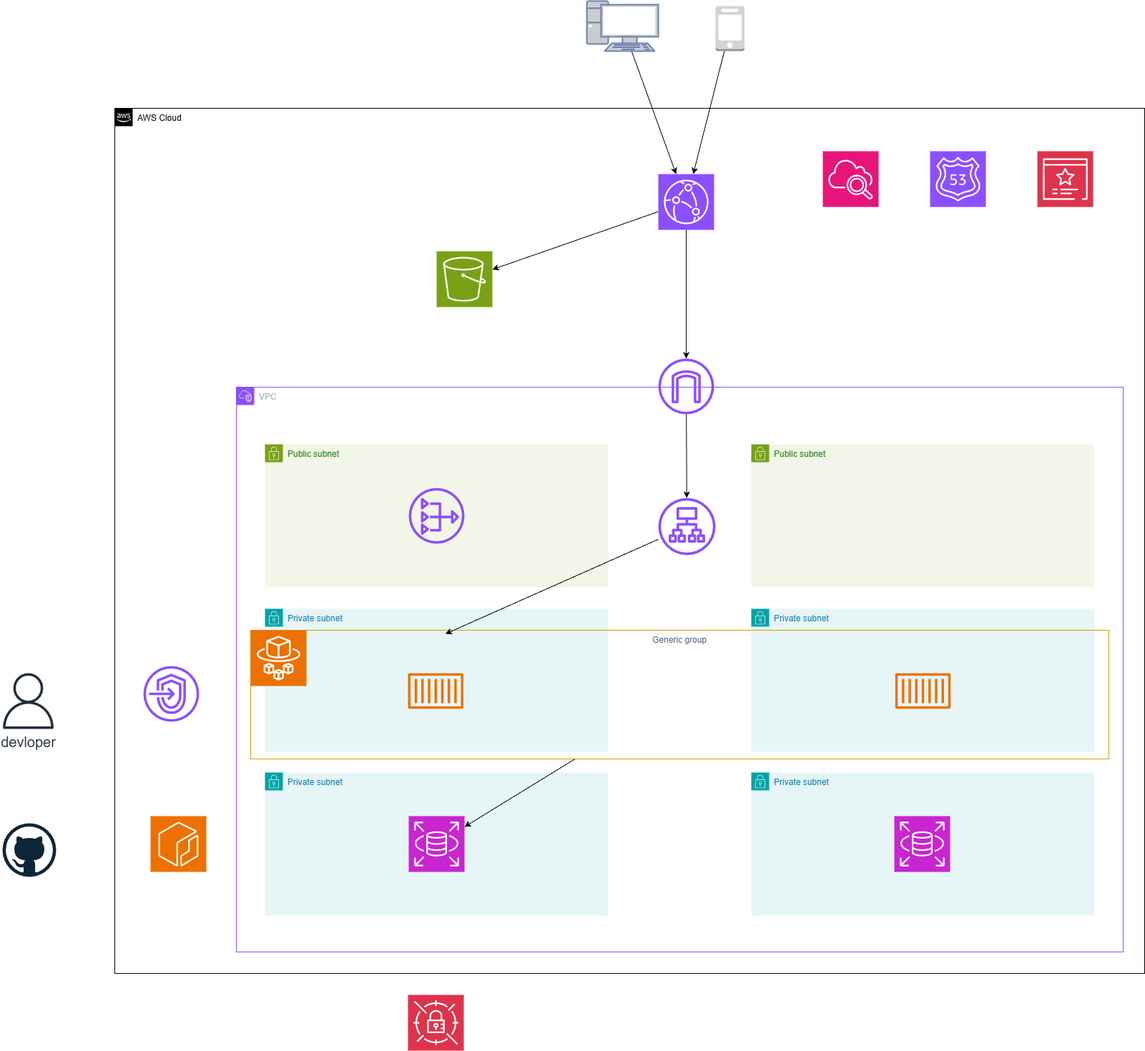
Earlier version of the draw.io export 構成図.png (harupiyo222/ecs-terraform). Source tidied: cells renumbered, new cells last; positions are measured from the earlier drawing's top-left corner, leaving out a move shared by most shapes.
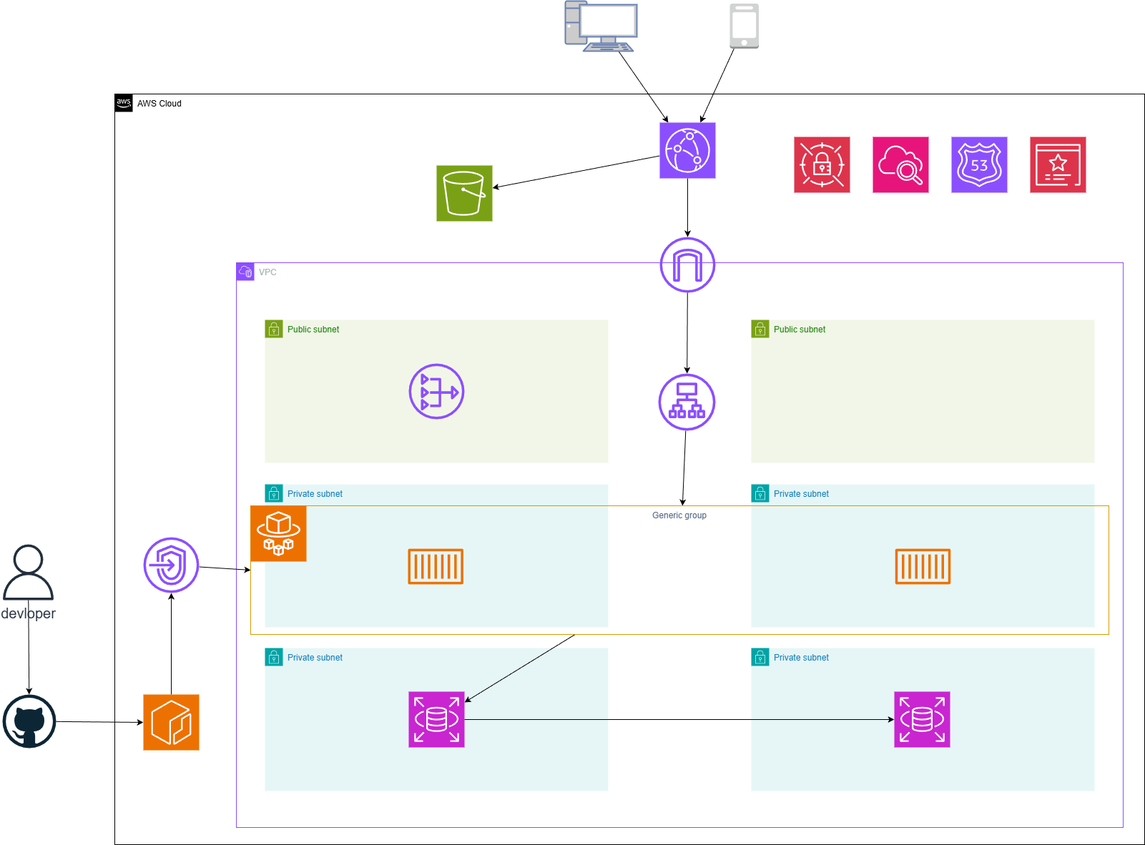
The same diagram one commit later.

Change to the diagram source:
```diff
@@ -1,12 +1,12 @@
-<mxGraphModel>
+<mxGraphModel background="#ffffff">
   <root>
     <mxCell id="0" />
     <mxCell id="1" parent="0" />
     <mxCell id="2" value="AWS Cloud" style="html=1;whiteSpace=wrap;fontSize=12;fontStyle=0;shape=mxgraph.aws4.group;grIcon=mxgraph.aws4.group_aws_cloud_alt;verticalAlign=top;align=left;spacingLeft=30;dashed=0;" parent="1" vertex="1">
-      <mxGeometry x="160" y="150" width="1440" height="1210" as="geometry" />
+      <mxGeometry x="160" y="310" width="1440" height="1050" as="geometry" />
     </mxCell>
     <mxCell id="3" value="VPC" style="gradientColor=none;html=1;whiteSpace=wrap;fontSize=12;fontStyle=0;shape=mxgraph.aws4.group;grIcon=mxgraph.aws4.group_vpc2;strokeColor=#8C4FFF;fillColor=none;verticalAlign=top;align=left;spacingLeft=30;fontColor=#AAB7B8;dashed=0;" parent="2" vertex="1">
-      <mxGeometry x="170" y="390" width="1240" height="790" as="geometry" />
+      <mxGeometry x="170" y="236" width="1240" height="790" as="geometry" />
     </mxCell>
     <mxCell id="4" value="Public subnet" style="gradientColor=none;html=1;whiteSpace=wrap;fontSize=12;fontStyle=0;shape=mxgraph.aws4.group;grIcon=mxgraph.aws4.group_security_group;grStroke=0;strokeColor=#7AA116;fillColor=#F2F6E8;verticalAlign=top;align=left;spacingLeft=30;fontColor=#248814;dashed=0;" parent="3" vertex="1">
       <mxGeometry x="40" y="80" width="480" height="200" as="geometry" />
@@ -35,6 +35,9 @@
     <mxCell id="12" style="sketch=0;points=[[0,0,0],[0.25,0,0],[0.5,0,0],[0.75,0,0],[1,0,0],[0,1,0],[0.25,1,0],[0.5,1,0],[0.75,1,0],[1,1,0],[0,0.25,0],[0,0.5,0],[0,0.75,0],[1,0.25,0],[1,0.5,0],[1,0.75,0]];outlineConnect=0;fontColor=#232F3E;fillColor=#C925D1;strokeColor=#ffffff;dashed=0;verticalLabelPosition=bottom;verticalAlign=top;align=center;html=1;fontSize=12;fontStyle=0;shape=mxgraph.aws4.resourceIcon;resIcon=mxgraph.aws4.rds;" parent="11" vertex="1">
       <mxGeometry x="200" y="61" width="78" height="78" as="geometry" />
     </mxCell>
+    <mxCell id="19" style="edgeStyle=none;html=1;" parent="3" edge="1" source="13" target="15">
+      <mxGeometry relative="1" as="geometry" />
+    </mxCell>
     <mxCell id="13" style="sketch=0;outlineConnect=0;fontColor=#232F3E;gradientColor=none;fillColor=#8C4FFF;strokeColor=none;dashed=0;verticalLabelPosition=bottom;verticalAlign=top;align=center;html=1;fontSize=12;fontStyle=0;shape=mxgraph.aws4.application_load_balancer;" parent="3" vertex="1">
       <mxGeometry x="590" y="155" width="80" height="80" as="geometry" />
     </mxCell>
@@ -53,9 +56,15 @@
     <mxCell id="18" style="sketch=0;fontColor=#232F3E;gradientColor=none;fillColor=#ED7100;strokeColor=none;dashed=0;verticalLabelPosition=bottom;verticalAlign=top;align=center;html=1;fontSize=12;fontStyle=0;shape=mxgraph.aws4.container_1;" parent="3" vertex="1">
       <mxGeometry x="921.3" y="400" width="77.4" height="50" as="geometry" />
     </mxCell>
-    <mxCell id="19" style="edgeStyle=none;html=1;entryX=0.227;entryY=0.028;entryDx=0;entryDy=0;entryPerimeter=0;" parent="3" edge="1" source="13" target="15">
-      <mxGeometry relative="1" as="geometry" />
-    </mxCell>
+    <mxCell id="27" style="sketch=0;outlineConnect=0;fontColor=#232F3E;gradientColor=none;fillColor=#8C4FFF;strokeColor=none;dashed=0;verticalLabelPosition=bottom;verticalAlign=top;align=center;html=1;fontSize=12;fontStyle=0;shape=mxgraph.aws4.internet_gateway;" parent="3" vertex="1">
+      <mxGeometry x="592" y="-36" width="78" height="78" as="geometry" />
+    </mxCell>
+    <mxCell id="26" style="edgeStyle=none;html=1;" parent="3" edge="1" source="27" target="13">
+      <mxGeometry relative="1" as="geometry" />
+    </mxCell>
+    <mxCell id="38" style="edgeStyle=none;html=1;" parent="3" edge="1" source="10" target="12">
+      <mxGeometry relative="1" as="geometry" />
+    </mxCell>
     <mxCell id="20" style="edgeStyle=none;html=1;" parent="2" edge="1" source="22" target="27">
       <mxGeometry relative="1" as="geometry" />
     </mxCell>
@@ -63,52 +72,58 @@
       <mxGeometry relative="1" as="geometry" />
     </mxCell>
     <mxCell id="22" style="sketch=0;points=[[0,0,0],[0.25,0,0],[0.5,0,0],[0.75,0,0],[1,0,0],[0,1,0],[0.25,1,0],[0.5,1,0],[0.75,1,0],[1,1,0],[0,0.25,0],[0,0.5,0],[0,0.75,0],[1,0.25,0],[1,0.5,0],[1,0.75,0]];outlineConnect=0;fontColor=#232F3E;fillColor=#8C4FFF;strokeColor=#ffffff;dashed=0;verticalLabelPosition=bottom;verticalAlign=top;align=center;html=1;fontSize=12;fontStyle=0;shape=mxgraph.aws4.resourceIcon;resIcon=mxgraph.aws4.cloudfront;" parent="2" vertex="1">
-      <mxGeometry x="760" y="92" width="78" height="78" as="geometry" />
+      <mxGeometry x="762" y="40" width="78" height="78" as="geometry" />
     </mxCell>
     <mxCell id="23" style="sketch=0;points=[[0,0,0],[0.25,0,0],[0.5,0,0],[0.75,0,0],[1,0,0],[0,1,0],[0.25,1,0],[0.5,1,0],[0.75,1,0],[1,1,0],[0,0.25,0],[0,0.5,0],[0,0.75,0],[1,0.25,0],[1,0.5,0],[1,0.75,0]];outlineConnect=0;fontColor=#232F3E;fillColor=#7AA116;strokeColor=#ffffff;dashed=0;verticalLabelPosition=bottom;verticalAlign=top;align=center;html=1;fontSize=12;fontStyle=0;shape=mxgraph.aws4.resourceIcon;resIcon=mxgraph.aws4.s3;" parent="2" vertex="1">
-      <mxGeometry x="450" y="200" width="78" height="78" as="geometry" />
+      <mxGeometry x="450" y="100" width="78" height="78" as="geometry" />
     </mxCell>
     <mxCell id="24" style="sketch=0;fontColor=#232F3E;fillColor=#DD344C;strokeColor=#ffffff;dashed=0;verticalLabelPosition=bottom;verticalAlign=top;align=center;html=1;fontSize=12;fontStyle=0;shape=mxgraph.aws4.resourceIcon;resIcon=mxgraph.aws4.certificate_manager_3;" parent="2" vertex="1">
-      <mxGeometry x="1290" y="60" width="78" height="78" as="geometry" />
+      <mxGeometry x="1280" y="60" width="78" height="78" as="geometry" />
     </mxCell>
     <mxCell id="25" style="sketch=0;fontColor=#232F3E;fillColor=#8C4FFF;strokeColor=#ffffff;dashed=0;verticalLabelPosition=bottom;verticalAlign=top;align=center;html=1;fontSize=12;fontStyle=0;shape=mxgraph.aws4.resourceIcon;resIcon=mxgraph.aws4.route_53;" parent="2" vertex="1">
-      <mxGeometry x="1140" y="60" width="78" height="78" as="geometry" />
+      <mxGeometry x="1170" y="60" width="78" height="78" as="geometry" />
     </mxCell>
-    <mxCell id="26" style="edgeStyle=none;html=1;" parent="2" edge="1" source="27" target="13">
-      <mxGeometry relative="1" as="geometry" />
-    </mxCell>
-    <mxCell id="27" style="sketch=0;outlineConnect=0;fontColor=#232F3E;gradientColor=none;fillColor=#8C4FFF;strokeColor=none;dashed=0;verticalLabelPosition=bottom;verticalAlign=top;align=center;html=1;fontSize=12;fontStyle=0;shape=mxgraph.aws4.internet_gateway;" parent="2" vertex="1">
-      <mxGeometry x="760" y="350" width="78" height="78" as="geometry" />
-    </mxCell>
+    <mxCell id="39" style="edgeStyle=none;html=1;" parent="2" edge="1" source="28" target="29">
+      <mxGeometry relative="1" as="geometry" />
+    </mxCell>
     <mxCell id="28" style="sketch=0;points=[[0,0,0],[0.25,0,0],[0.5,0,0],[0.75,0,0],[1,0,0],[0,1,0],[0.25,1,0],[0.5,1,0],[0.75,1,0],[1,1,0],[0,0.25,0],[0,0.5,0],[0,0.75,0],[1,0.25,0],[1,0.5,0],[1,0.75,0]];outlineConnect=0;fontColor=#232F3E;fillColor=#ED7100;strokeColor=#ffffff;dashed=0;verticalLabelPosition=bottom;verticalAlign=top;align=center;html=1;fontSize=12;fontStyle=0;shape=mxgraph.aws4.resourceIcon;resIcon=mxgraph.aws4.ecr;" parent="2" vertex="1">
-      <mxGeometry x="50" y="990" width="78" height="78" as="geometry" />
+      <mxGeometry x="40" y="840" width="78" height="78" as="geometry" />
     </mxCell>
+    <mxCell id="40" style="edgeStyle=none;html=1;entryX=0;entryY=0.5;entryDx=0;entryDy=0;" parent="2" edge="1" source="29" target="15">
+      <mxGeometry relative="1" as="geometry" />
+    </mxCell>
     <mxCell id="29" style="sketch=0;outlineConnect=0;fontColor=#232F3E;gradientColor=none;fillColor=#8C4FFF;strokeColor=none;dashed=0;verticalLabelPosition=bottom;verticalAlign=top;align=center;html=1;fontSize=12;fontStyle=0;shape=mxgraph.aws4.endpoints;" parent="2" vertex="1">
-      <mxGeometry x="40" y="780" width="78" height="78" as="geometry" />
+      <mxGeometry x="40" y="620" width="78" height="78" as="geometry" />
     </mxCell>
     <mxCell id="30" style="sketch=0;fontColor=#232F3E;fillColor=#E7157B;strokeColor=#ffffff;dashed=0;verticalLabelPosition=bottom;verticalAlign=top;align=center;html=1;fontSize=12;fontStyle=0;shape=mxgraph.aws4.resourceIcon;resIcon=mxgraph.aws4.cloudwatch_2;" parent="2" vertex="1">
-      <mxGeometry x="990" y="60" width="78" height="78" as="geometry" />
+      <mxGeometry x="1060" y="60" width="78" height="78" as="geometry" />
     </mxCell>
+    <mxCell id="37" style="sketch=0;fontColor=#232F3E;fillColor=#DD344C;strokeColor=#ffffff;dashed=0;verticalLabelPosition=bottom;verticalAlign=top;align=center;html=1;fontSize=12;fontStyle=0;shape=mxgraph.aws4.resourceIcon;resIcon=mxgraph.aws4.secrets_manager;" parent="2" vertex="1">
+      <mxGeometry x="950" y="60" width="78" height="78" as="geometry" />
+    </mxCell>
     <mxCell id="31" style="edgeStyle=none;html=1;" parent="1" edge="1" source="32" target="22">
       <mxGeometry relative="1" as="geometry" />
     </mxCell>
     <mxCell id="32" style="fontColor=#0066CC;verticalAlign=top;verticalLabelPosition=bottom;labelPosition=center;align=center;html=1;outlineConnect=0;fillColor=#CCCCCC;strokeColor=#6881B3;gradientColor=none;gradientDirection=north;strokeWidth=2;shape=mxgraph.networks.pc;" parent="1" vertex="1">
-      <mxGeometry x="820" width="100" height="70" as="geometry" />
+      <mxGeometry x="790" y="180" width="100" height="70" as="geometry" />
     </mxCell>
     <mxCell id="33" style="edgeStyle=none;html=1;" parent="1" edge="1" source="34" target="22">
       <mxGeometry relative="1" as="geometry" />
     </mxCell>
     <mxCell id="34" style="outlineConnect=0;dashed=0;verticalLabelPosition=bottom;verticalAlign=top;align=center;html=1;shape=mxgraph.aws3.mobile_client;fillColor=#D2D3D3;gradientColor=none;" parent="1" vertex="1">
-      <mxGeometry x="1000" y="7" width="40.5" height="63" as="geometry" />
+      <mxGeometry x="1020" y="183.5" width="40.5" height="63" as="geometry" />
     </mxCell>
     <mxCell id="35" style="dashed=0;outlineConnect=0;html=1;align=center;labelPosition=center;verticalLabelPosition=bottom;verticalAlign=top;shape=mxgraph.weblogos.github;" parent="1" vertex="1">
       <mxGeometry x="3" y="1150" width="75" height="75" as="geometry" />
     </mxCell>
+    <mxCell id="41" style="edgeStyle=none;html=1;" parent="1" edge="1" source="36" target="35">
+      <mxGeometry relative="1" as="geometry" />
+    </mxCell>
     <mxCell id="36" value="devloper" style="sketch=0;outlineConnect=0;fontColor=#232F3E;gradientColor=none;fillColor=#232F3D;strokeColor=none;dashed=0;verticalLabelPosition=bottom;verticalAlign=top;align=center;html=1;fontSize=20;fontStyle=0;shape=mxgraph.aws4.user;" parent="1" vertex="1">
       <mxGeometry y="940" width="78" height="78" as="geometry" />
     </mxCell>
-    <mxCell id="37" style="sketch=0;fontColor=#232F3E;fillColor=#DD344C;strokeColor=#ffffff;dashed=0;verticalLabelPosition=bottom;verticalAlign=top;align=center;html=1;fontSize=12;fontStyle=0;shape=mxgraph.aws4.resourceIcon;resIcon=mxgraph.aws4.secrets_manager;" parent="1" vertex="1">
-      <mxGeometry x="570" y="1390" width="78" height="78" as="geometry" />
-    </mxCell>
+    <mxCell id="42" style="edgeStyle=none;html=1;entryX=0;entryY=0.5;entryDx=0;entryDy=0;entryPerimeter=0;" parent="1" edge="1" source="35" target="28">
+      <mxGeometry relative="1" as="geometry" />
+    </mxCell>
   </root>
 </mxGraphModel>
```
